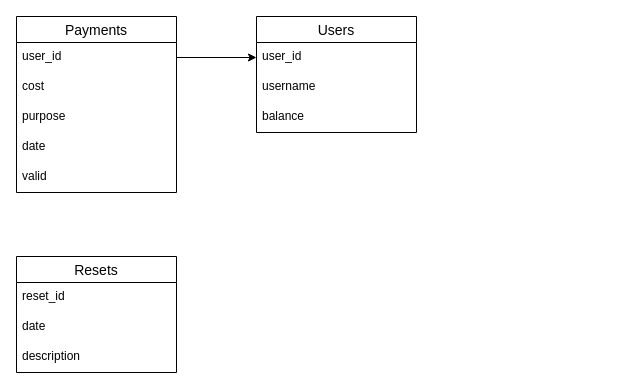
This is spreadsheet scheme.drawio from azamatbayramov/PecunatorBot, a draw.io file, before an edit. Source tidied: cells renumbered, new cells numbered last; positions are measured from the earlier drawing's top-left corner, leaving out a move shared by most shapes. Both pictures are drawn from the tidied source at 100%, with x=0, y=0 at pixel (16, 16).
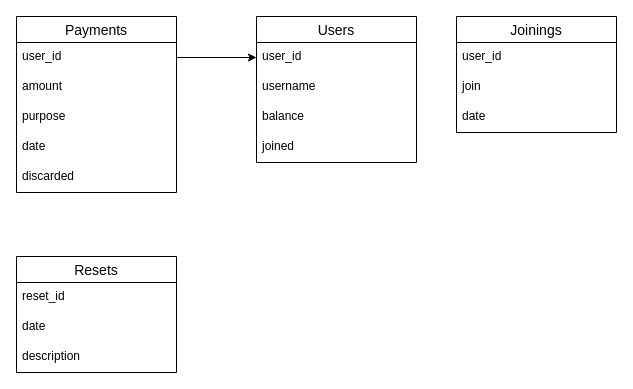
The same page after the edit.

Commit message (it also covers changes not shown here):
Create filling table headers, add joinings

The change refers to these unchanged cells:
```xml
<mxCell id="2" value="Payments" style="swimlane;fontStyle=0;horizontal=1;startSize=26;align=center;fontSize=14;" parent="1" vertex="1">
  <mxGeometry width="160" height="176" as="geometry" />
</mxCell>
```

Diff of the diagram source:
```diff
@@
-    <mxCell id="4" value="cost" style="text;strokeColor=none;fillColor=none;spacingLeft=4;spacingRight=4;overflow=hidden;fontSize=12;" parent="2" vertex="1">
+    <mxCell id="4" value="amount" style="text;strokeColor=none;fillColor=none;spacingLeft=4;spacingRight=4;overflow=hidden;fontSize=12;" parent="2" vertex="1">
       <mxGeometry y="56" width="160" height="30" as="geometry" />
     </mxCell>
@@
-    <mxCell id="7" value="valid" style="text;strokeColor=none;fillColor=none;spacingLeft=4;spacingRight=4;overflow=hidden;fontSize=12;" parent="2" vertex="1">
+    <mxCell id="7" value="discarded" style="text;strokeColor=none;fillColor=none;spacingLeft=4;spacingRight=4;overflow=hidden;fontSize=12;" parent="2" vertex="1">
       <mxGeometry y="146" width="160" height="30" as="geometry" />
     </mxCell>
     <mxCell id="8" value="Users" style="swimlane;fontStyle=0;horizontal=1;startSize=26;align=center;fontSize=14;" parent="1" vertex="1">
-      <mxGeometry x="240" width="160" height="116" as="geometry" />
+      <mxGeometry x="240" width="160" height="146" as="geometry" />
     </mxCell>
@@
+    <mxCell id="17" value="joined" style="text;strokeColor=none;fillColor=none;spacingLeft=4;spacingRight=4;overflow=hidden;fontSize=12;" parent="8" vertex="1">
+      <mxGeometry y="116" width="160" height="30" as="geometry" />
+    </mxCell>
@@
+    <mxCell id="18" value="Joinings" style="swimlane;fontStyle=0;horizontal=1;startSize=26;align=center;fontSize=14;" parent="1" vertex="1">
+      <mxGeometry x="440" width="160" height="116" as="geometry" />
+    </mxCell>
+    <mxCell id="19" value="user_id" style="text;strokeColor=none;fillColor=none;spacingLeft=4;spacingRight=4;overflow=hidden;fontSize=12;" parent="18" vertex="1">
+      <mxGeometry y="26" width="160" height="30" as="geometry" />
+    </mxCell>
+    <mxCell id="20" value="join" style="text;strokeColor=none;fillColor=none;spacingLeft=4;spacingRight=4;overflow=hidden;fontSize=12;" parent="18" vertex="1">
+      <mxGeometry y="56" width="160" height="30" as="geometry" />
+    </mxCell>
+    <mxCell id="21" value="date" style="text;strokeColor=none;fillColor=none;spacingLeft=4;spacingRight=4;overflow=hidden;fontSize=12;" parent="18" vertex="1">
+      <mxGeometry y="86" width="160" height="30" as="geometry" />
+    </mxCell>
```
